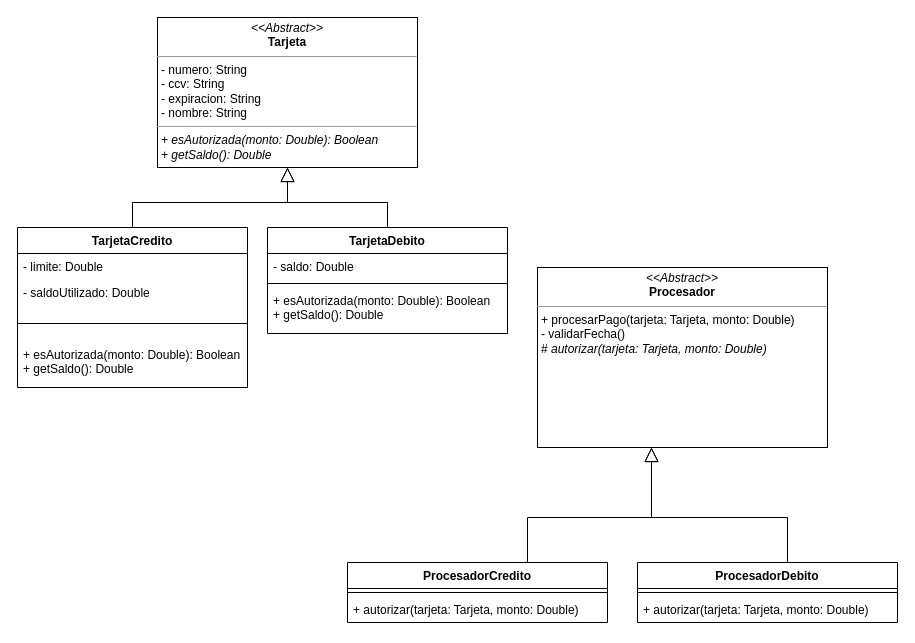
Above: Clase_2/ejercicios/asincronico/UML.drawio in dedosmedia/BackEnd_I (draw.io), before the change. Source tidied: cells renumbered, new cells numbered last; positions are measured from the earlier drawing's top-left corner, leaving out a move shared by most shapes. Both pictures are drawn from the tidied source at 100%, with x=0, y=0 at pixel (17, 17).
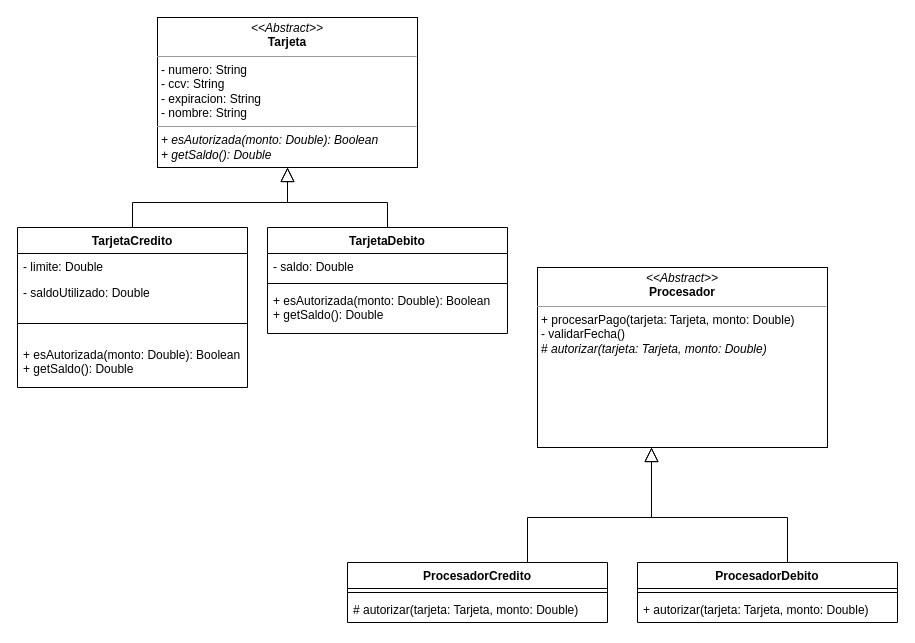
After the change.

Unchanged cells that the change refers to:
```xml
<mxCell id="4" value="ProcesadorCredito" style="swimlane;fontStyle=1;align=center;verticalAlign=top;horizontal=1;startSize=26;" parent="1" vertex="1">
  <mxGeometry x="330" y="545" width="260" height="60" as="geometry" />
</mxCell>
```

Change to the diagram source:
```diff
@@
-    <mxCell id="6" value="+ autorizar(tarjeta: Tarjeta, monto: Double)" style="text;strokeColor=none;fillColor=none;align=left;verticalAlign=top;spacingLeft=4;spacingRight=4;overflow=hidden;" parent="4" vertex="1">
+    <mxCell id="6" value="# autorizar(tarjeta: Tarjeta, monto: Double)" style="text;strokeColor=none;fillColor=none;align=left;verticalAlign=top;spacingLeft=4;spacingRight=4;overflow=hidden;" parent="4" vertex="1">
       <mxGeometry y="34" width="260" height="26" as="geometry" />
     </mxCell>
```
